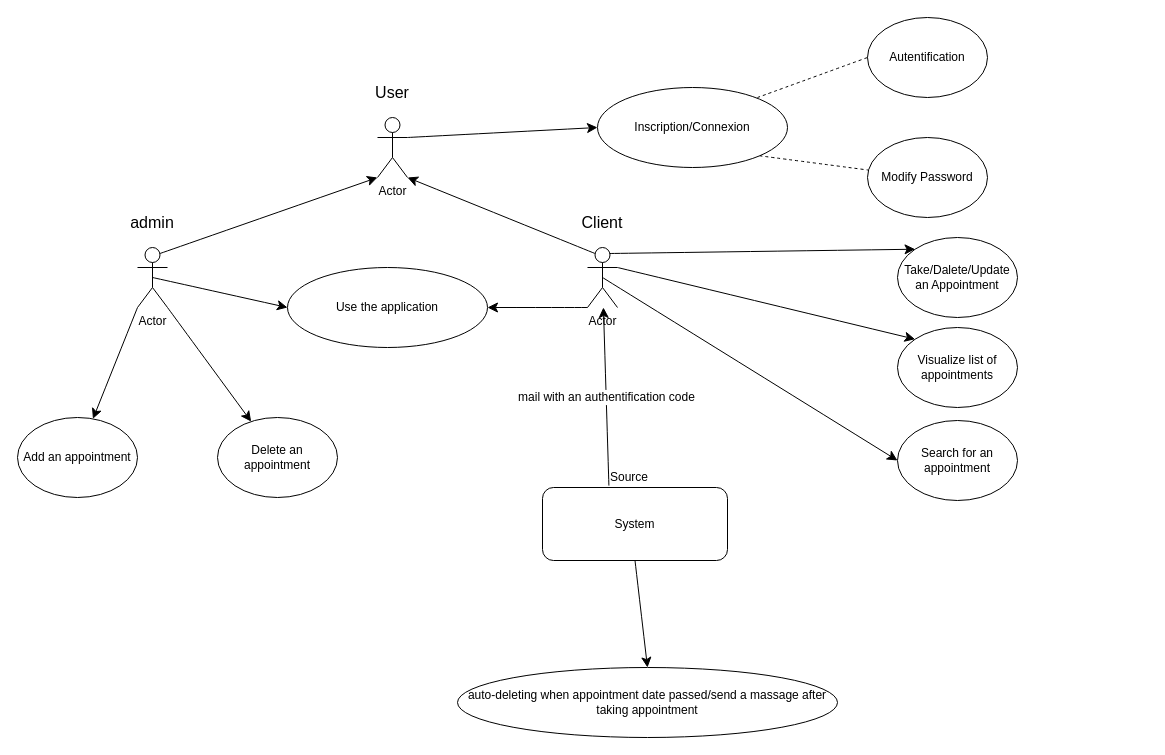
Earlier version of the draw.io diagram Diagramme sans nom.drawio (diane-del/diane-del). Source tidied: cells renumbered, new cells numbered last; positions are measured from the earlier drawing's top-left corner, leaving out a move shared by most shapes. Both pictures are drawn from the tidied source at 100%, with x=0, y=0 at pixel (17, 17).
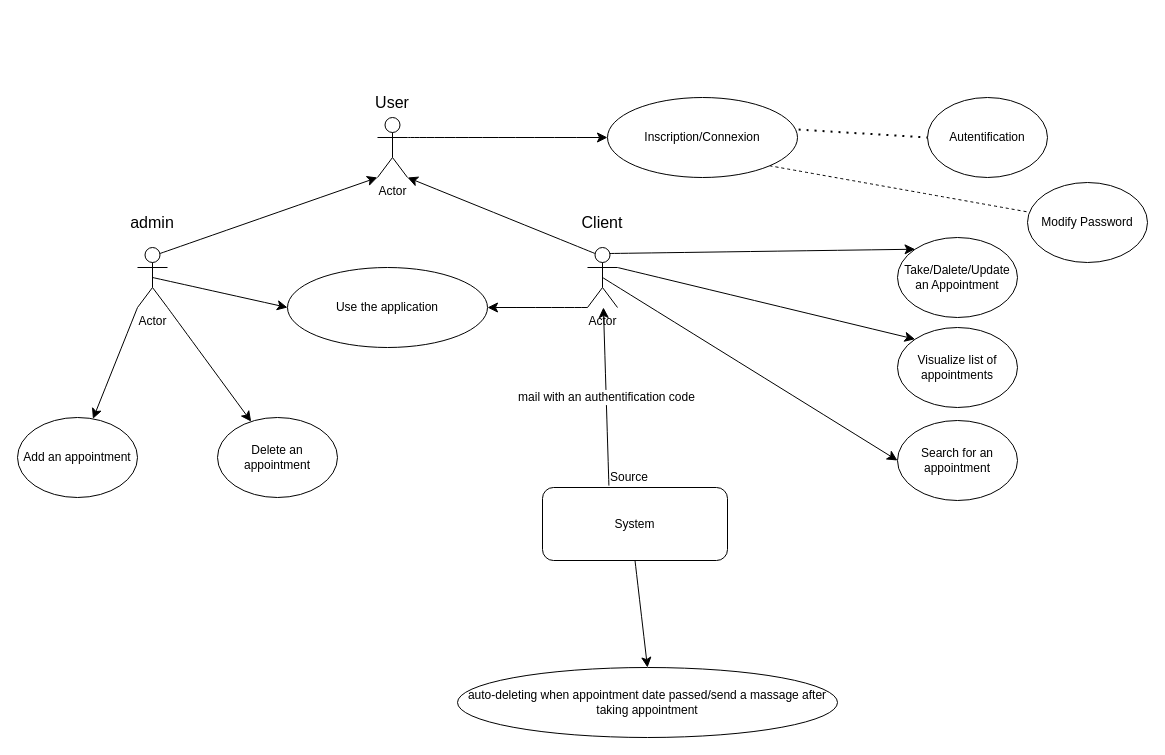
The same diagram, later.

Commit message:
Mettre à jour Diagramme sans nom.drawio

Diff of the diagram source:
```diff
@@
     <mxCell id="10" value="User" style="text;html=1;align=center;verticalAlign=middle;whiteSpace=wrap;rounded=0;fontSize=16;" parent="1" vertex="1">
-      <mxGeometry x="345" y="60" width="60" height="30" as="geometry" />
+      <mxGeometry x="345" y="70" width="60" height="30" as="geometry" />
     </mxCell>
@@
     <mxCell id="19" value="Inscription/Connexion" style="ellipse;whiteSpace=wrap;html=1;" parent="1" vertex="1">
-      <mxGeometry x="580" y="70" width="190" height="80" as="geometry" />
+      <mxGeometry x="590" y="80" width="190" height="80" as="geometry" />
     </mxCell>
     <mxCell id="20" value="Modify Password" style="ellipse;whiteSpace=wrap;html=1;" parent="1" vertex="1">
-      <mxGeometry x="850" y="120" width="120" height="80" as="geometry" />
+      <mxGeometry x="1010" y="165" width="120" height="80" as="geometry" />
     </mxCell>
     <mxCell id="21" value="Autentification" style="ellipse;whiteSpace=wrap;html=1;" parent="1" vertex="1">
-      <mxGeometry x="850" width="120" height="80" as="geometry" />
+      <mxGeometry x="910" y="80" width="120" height="80" as="geometry" />
     </mxCell>
@@
-    <mxCell id="33" style="endArrow=none;dashed=1;html=1;rounded=0;fontSize=12;startSize=8;endSize=8;curved=1;entryX=0;entryY=0.5;entryDx=0;entryDy=0;" parent="1" edge="1" target="21">
-      <mxGeometry relative="1" as="geometry">
-        <mxPoint x="740" y="80" as="sourcePoint" />
-      </mxGeometry>
-    </mxCell>
@@
+    <mxCell id="35" style="endArrow=none;dashed=1;html=1;dashPattern=1 3;strokeWidth=2;rounded=0;fontSize=12;startSize=8;endSize=8;curved=1;entryX=0;entryY=0.5;entryDx=0;entryDy=0;exitX=1.006;exitY=0.401;exitDx=0;exitDy=0;exitPerimeter=0;" parent="1" edge="1" source="19" target="21">
+      <mxGeometry relative="1" as="geometry" />
+    </mxCell>
```
